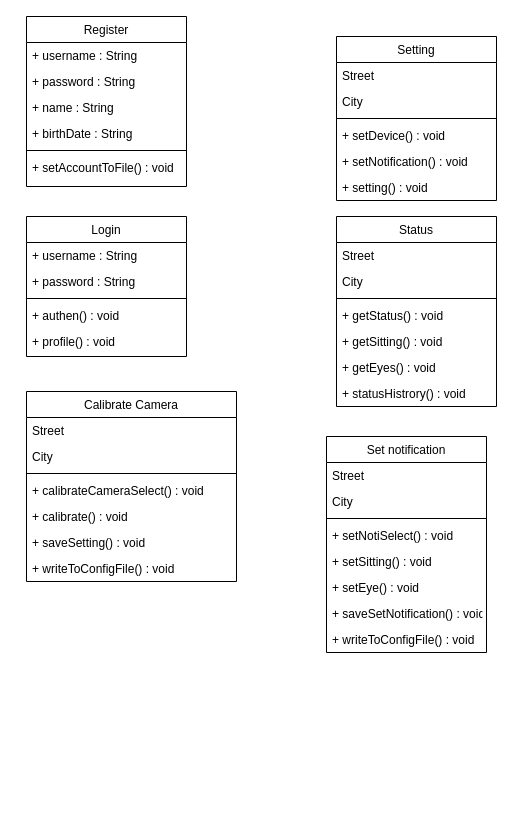
Before: Design/Class_Diagram.drawio in astrrr/Right-posture, a draw.io diagram. Source tidied: cells renumbered, new cells numbered last; positions are measured from the earlier drawing's top-left corner, leaving out a move shared by most shapes. Both pictures are drawn from the tidied source at 100%, with x=0, y=0 at pixel (26, 16).
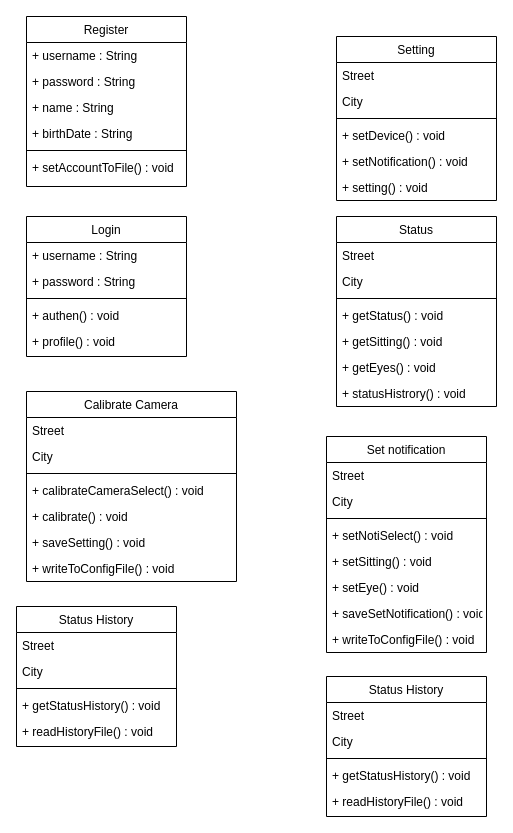
Above is the later version.

What changed in the source:
```diff
@@
+    <mxCell id="47" value="Status History" style="swimlane;fontStyle=0;align=center;verticalAlign=top;horizontal=1;startSize=26;rounded=0;shadow=0;strokeWidth=1;" parent="1" vertex="1">
+      <mxGeometry x="-10" y="590" width="160" height="140" as="geometry" />
+    </mxCell>
+    <mxCell id="48" value="Street" style="text;align=left;verticalAlign=top;spacingLeft=4;spacingRight=4;overflow=hidden;" parent="47" vertex="1">
+      <mxGeometry y="26" width="160" height="26" as="geometry" />
+    </mxCell>
+    <mxCell id="49" value="City" style="text;align=left;verticalAlign=top;spacingLeft=4;spacingRight=4;overflow=hidden;rounded=0;shadow=0;html=0;" parent="47" vertex="1">
+      <mxGeometry y="52" width="160" height="26" as="geometry" />
+    </mxCell>
+    <mxCell id="50" style="line;html=1;strokeWidth=1;align=left;verticalAlign=middle;spacingTop=-1;spacingLeft=3;spacingRight=3;labelPosition=right;" parent="47" vertex="1">
+      <mxGeometry y="78" width="160" height="8" as="geometry" />
+    </mxCell>
+    <mxCell id="51" value="+ getStatusHistory() : void" style="text;align=left;verticalAlign=top;spacingLeft=4;spacingRight=4;overflow=hidden;" parent="47" vertex="1">
+      <mxGeometry y="86" width="160" height="26" as="geometry" />
+    </mxCell>
+    <mxCell id="52" value="+ readHistoryFile() : void" style="text;align=left;verticalAlign=top;spacingLeft=4;spacingRight=4;overflow=hidden;" parent="47" vertex="1">
+      <mxGeometry y="112" width="160" height="26" as="geometry" />
+    </mxCell>
+    <mxCell id="53" value="Status History" style="swimlane;fontStyle=0;align=center;verticalAlign=top;horizontal=1;startSize=26;rounded=0;shadow=0;strokeWidth=1;" parent="1" vertex="1">
+      <mxGeometry x="300" y="660" width="160" height="140" as="geometry" />
+    </mxCell>
+    <mxCell id="54" value="Street" style="text;align=left;verticalAlign=top;spacingLeft=4;spacingRight=4;overflow=hidden;" parent="53" vertex="1">
+      <mxGeometry y="26" width="160" height="26" as="geometry" />
+    </mxCell>
+    <mxCell id="55" value="City" style="text;align=left;verticalAlign=top;spacingLeft=4;spacingRight=4;overflow=hidden;rounded=0;shadow=0;html=0;" parent="53" vertex="1">
+      <mxGeometry y="52" width="160" height="26" as="geometry" />
+    </mxCell>
+    <mxCell id="56" style="line;html=1;strokeWidth=1;align=left;verticalAlign=middle;spacingTop=-1;spacingLeft=3;spacingRight=3;labelPosition=right;" parent="53" vertex="1">
+      <mxGeometry y="78" width="160" height="8" as="geometry" />
+    </mxCell>
+    <mxCell id="57" value="+ getStatusHistory() : void" style="text;align=left;verticalAlign=top;spacingLeft=4;spacingRight=4;overflow=hidden;" parent="53" vertex="1">
+      <mxGeometry y="86" width="160" height="26" as="geometry" />
+    </mxCell>
+    <mxCell id="58" value="+ readHistoryFile() : void" style="text;align=left;verticalAlign=top;spacingLeft=4;spacingRight=4;overflow=hidden;" parent="53" vertex="1">
+      <mxGeometry y="112" width="160" height="26" as="geometry" />
+    </mxCell>
```
